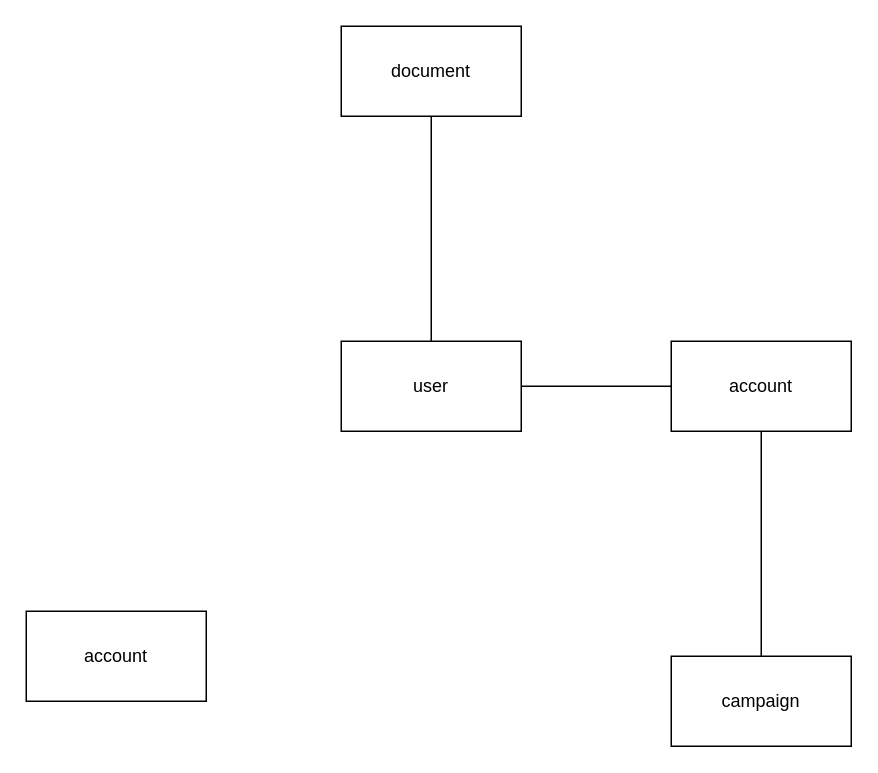
Above: Untitled Diagram.drawio in egorb17/ESPO-DB (draw.io), before the change. Source tidied: cells renumbered, new cells numbered last; positions are measured from the earlier drawing's top-left corner, leaving out a move shared by most shapes. Both pictures are drawn from the tidied source at 150%, with x=0, y=0 at pixel (26, 26).
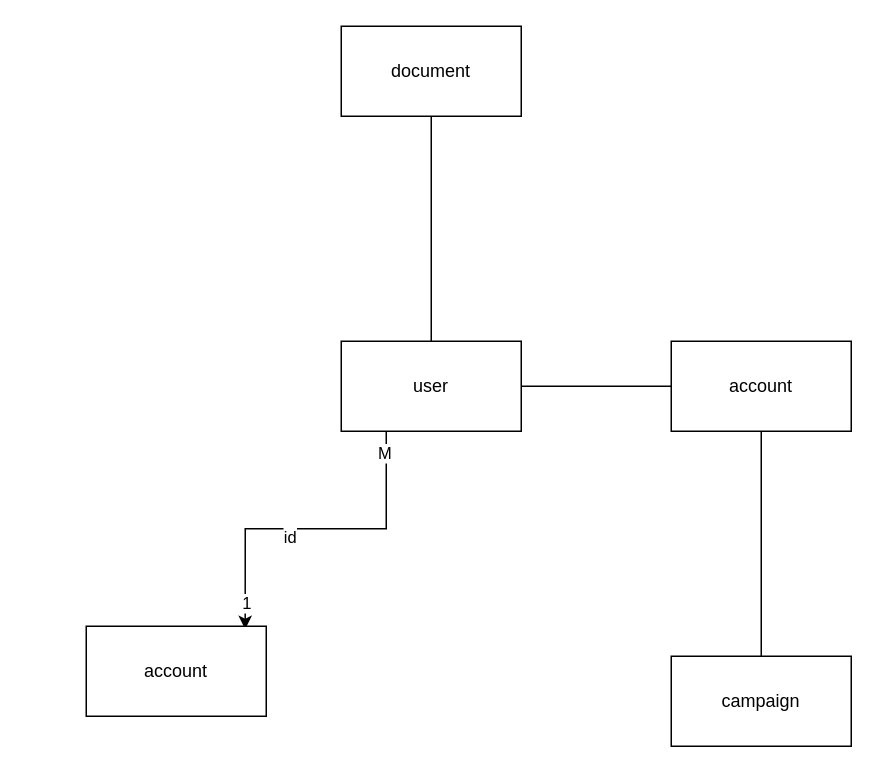
The same diagram, later.

Commit message:
account-user-connect

The edit, as a diff of the source:
```diff
@@
 <mxGraphModel>
   <root>
     <mxCell id="0" />
     <mxCell id="1" parent="0" />
+    <mxCell id="10" style="edgeStyle=orthogonalEdgeStyle;rounded=0;jettySize=auto;html=1;exitX=0.25;exitY=1;exitDx=0;exitDy=0;entryX=0.883;entryY=0.033;entryDx=0;entryDy=0;entryPerimeter=0;" parent="1" edge="1" source="2" target="5">
+      <mxGeometry relative="1" as="geometry" />
+    </mxCell>
+    <mxCell id="11" value="id" style="edgeLabel;html=1;align=center;verticalAlign=middle;" parent="10" vertex="1">
+      <mxGeometry x="0.15" y="5" relative="1" as="geometry" />
+    </mxCell>
+    <mxCell id="12" value="М" style="edgeLabel;html=1;align=center;verticalAlign=middle;" parent="10" vertex="1">
+      <mxGeometry x="-0.88" y="-2" relative="1" as="geometry" />
+    </mxCell>
+    <mxCell id="13" value="1" style="edgeLabel;html=1;align=center;verticalAlign=middle;" parent="10" vertex="1">
+      <mxGeometry x="0.84" y="1" relative="1" as="geometry" />
+    </mxCell>
     <mxCell id="2" value="user" style="rounded=0;whiteSpace=wrap;html=1;" parent="1" vertex="1">
       <mxGeometry x="210" y="210" width="120" height="60" as="geometry" />
     </mxCell>
     <mxCell id="3" value="account" style="rounded=0;whiteSpace=wrap;html=1;" parent="1" vertex="1">
       <mxGeometry x="430" y="210" width="120" height="60" as="geometry" />
     </mxCell>
     <mxCell id="4" style="endArrow=none;html=1;rounded=0;entryX=0;entryY=0.5;entryDx=0;entryDy=0;exitX=1;exitY=0.5;exitDx=0;exitDy=0;" parent="1" edge="1" source="2" target="3">
       <mxGeometry relative="1" as="geometry" />
     </mxCell>
     <mxCell id="5" value="account" style="rounded=0;whiteSpace=wrap;html=1;" parent="1" vertex="1">
-      <mxGeometry y="390" width="120" height="60" as="geometry" />
+      <mxGeometry x="40" y="400" width="120" height="60" as="geometry" />
     </mxCell>
     <mxCell id="6" value="document" style="rounded=0;whiteSpace=wrap;html=1;" parent="1" vertex="1">
       <mxGeometry x="210" width="120" height="60" as="geometry" />
     </mxCell>
     <mxCell id="7" style="endArrow=none;html=1;rounded=0;entryX=0.5;entryY=1;entryDx=0;entryDy=0;exitX=0.5;exitY=0;exitDx=0;exitDy=0;" parent="1" edge="1" source="2" target="6">
       <mxGeometry relative="1" as="geometry" />
     </mxCell>
     <mxCell id="8" value="campaign" style="rounded=0;whiteSpace=wrap;html=1;" parent="1" vertex="1">
       <mxGeometry x="430" y="420" width="120" height="60" as="geometry" />
     </mxCell>
     <mxCell id="9" style="endArrow=none;html=1;rounded=0;entryX=0.5;entryY=1;entryDx=0;entryDy=0;exitX=0.5;exitY=0;exitDx=0;exitDy=0;" parent="1" edge="1" source="8" target="3">
       <mxGeometry relative="1" as="geometry" />
     </mxCell>
   </root>
 </mxGraphModel>
```
